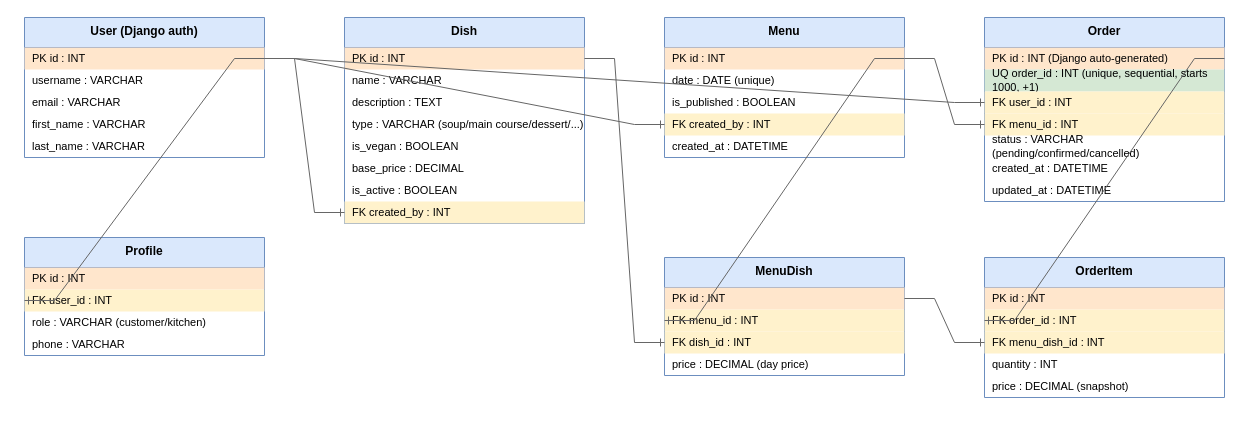
The draw.io diagram lunch_app_schema_v5.drawio in Futuristis/lunch, before the edit. Source tidied: cells renumbered, new cells numbered last; positions are measured from the earlier drawing's top-left corner, leaving out a move shared by most shapes. Both pictures are drawn from the tidied source at 100%, with x=0, y=0 at pixel (24, 17).
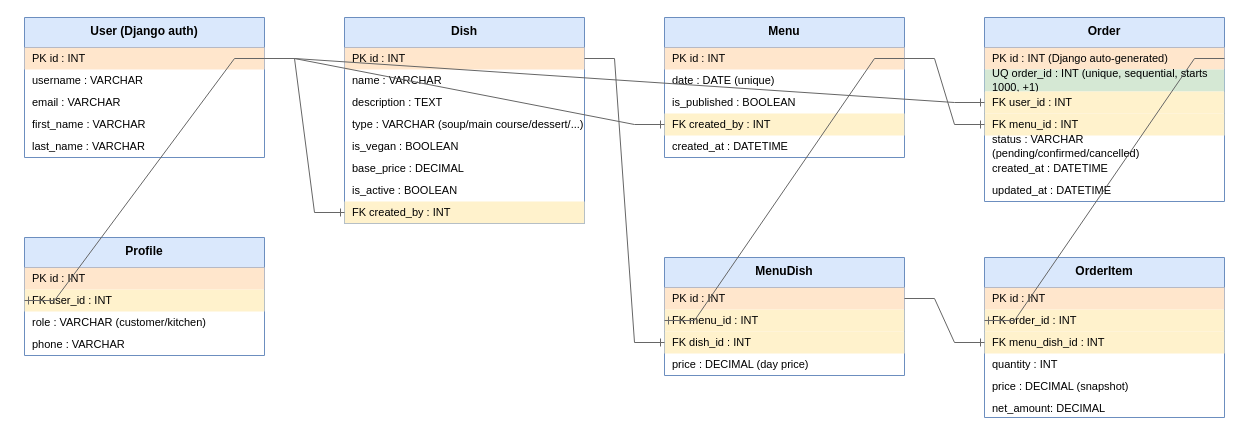
After the change.

What changed in the source:
```diff
@@
     <mxCell id="41" value="OrderItem" style="swimlane;fontStyle=1;align=center;verticalAlign=top;horizontal=1;startSize=30;whiteSpace=wrap;html=1;fillColor=#dae8fc;strokeColor=#6c8ebf;" parent="1" vertex="1">
-      <mxGeometry x="960" y="240" width="240" height="140" as="geometry" />
+      <mxGeometry x="960" y="240" width="240" height="160" as="geometry" />
     </mxCell>
@@
+    <mxCell id="56" value="net_amount: DECIMAL" style="text;strokeColor=none;fillColor=none;align=left;verticalAlign=middle;spacingLeft=6;fontSize=11;html=1;whiteSpace=wrap;" parent="41" vertex="1">
+      <mxGeometry y="140" width="240" height="22" as="geometry" />
+    </mxCell>
```
